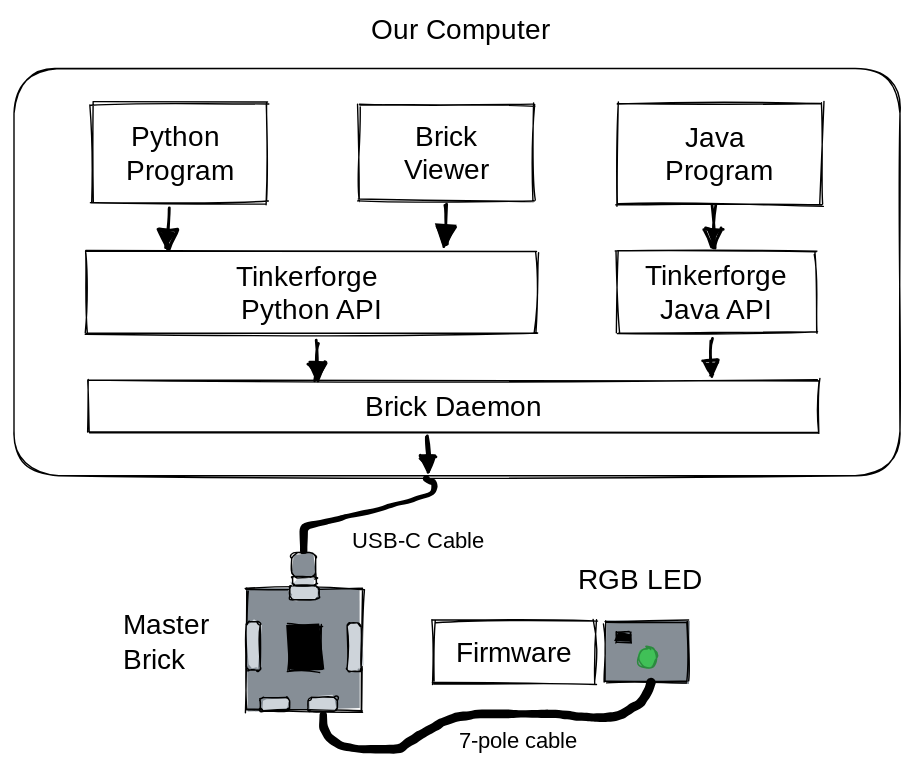
Before: .gitbook/assets/file.excalidraw.svg, a diagram exported from Excalidraw (winf-hsos/winf-docs). Source tidied: one line per element, renumbered; positions are measured from the earlier drawing's top-left corner, leaving out a move shared by most shapes.
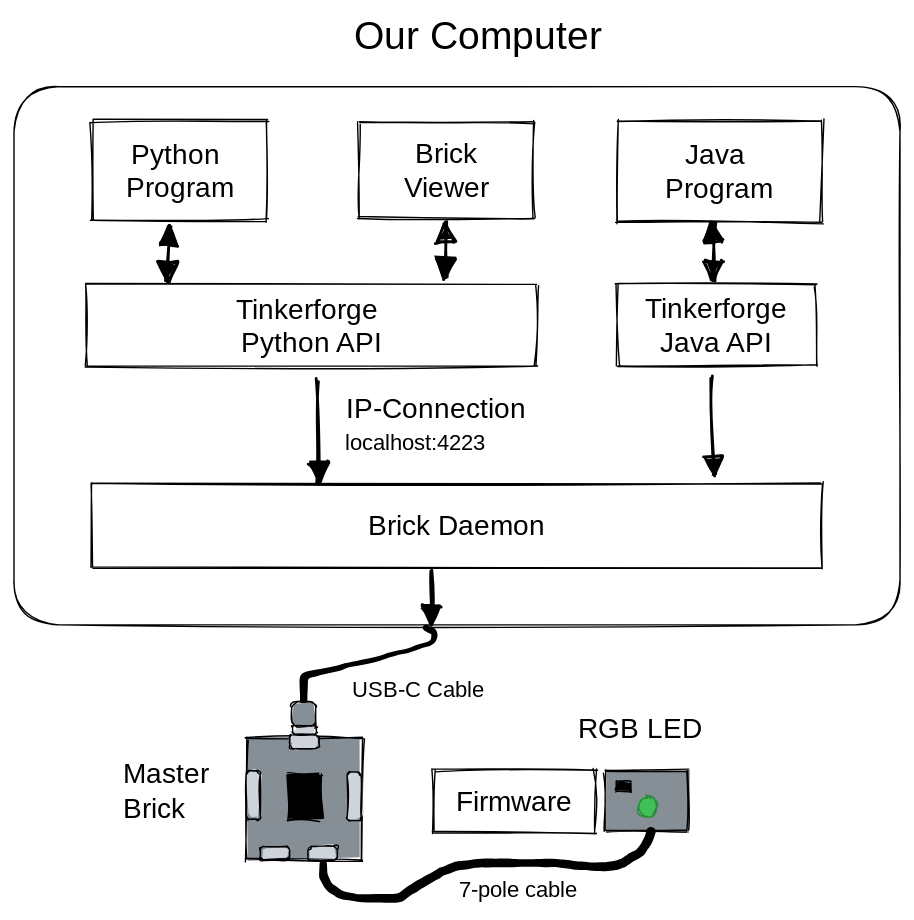
Later version of the same file.

Commit message:
GITBOOK-1591: No subject

The edit, as a diff of the source:
```diff
@@ -1,21 +1,21 @@
 {"id": 0, "type": "freedraw", "strokeColor": "#000000", "backgroundColor": "#868e96", "fillStyle": "solid", "strokeWidth": 1, "roughness": 1, "x": 207, "y": 366, "width": 94, "height": 52, "points": [[0, 17], [0, 16], [0, 14], [0, 12], [0, 11], [0, 10], [0, 8], [0, 7], [0, 5], [0, 4], [0, 2], [0, 0], [0, -1], [6, -2], [12, -3], [12, -4], [19, -4], [19, -5], [31, -7], [31, -8], [31, -9], [50, -11], [56, -13], [62, -15], [62, -16], [69, -17], [69, -18], [75, -18], [81, -20], [81, -21], [87, -23], [94, -24], [94, -26], [94, -27], [94, -29], [94, -30], [94, -31], [94, -32], [94, -33], [87, -33], [87, -34], [87, -35], [87, -35]]}
-{"id": 1, "type": "rectangle", "strokeColor": "#000000", "backgroundColor": "#fff", "fillStyle": "solid", "strokeWidth": 1, "roughness": 1, "round": true, "x": 0, "y": 39, "width": 633, "height": 291}
+{"id": 1, "type": "rectangle", "strokeColor": "#000000", "backgroundColor": "#fff", "fillStyle": "solid", "strokeWidth": 1, "roughness": 1, "round": true, "x": 0, "y": -55, "width": 633, "height": 385}
 {"id": 2, "type": "rectangle", "strokeColor": "#000000", "angle": 4.71, "backgroundColor": "#868e96", "fillStyle": "solid", "strokeWidth": 1, "roughness": 1, "round": true, "x": 198, "y": 385, "width": 18, "height": 17}
-{"id": 3, "type": "rectangle", "strokeColor": "#000000", "strokeWidth": 1, "roughness": 1, "x": 56, "y": 63, "width": 125, "height": 72}
+{"id": 3, "type": "rectangle", "strokeColor": "#000000", "strokeWidth": 1, "roughness": 1, "x": 56, "y": -31, "width": 125, "height": 72}
-{"id": 4, "type": "text", "text": "Python \nProgram", "strokeColor": "#000000", "strokeWidth": 1, "roughness": 1, "fontSize": 20, "fontFamily": 3, "textAlign": "center", "verticalAlign": "middle", "inside": 3, "x": 76, "y": 75, "width": 84, "height": 48}
+{"id": 4, "type": "text", "text": "Python \nProgram", "strokeColor": "#000000", "strokeWidth": 1, "roughness": 1, "fontSize": 20, "fontFamily": 3, "textAlign": "center", "verticalAlign": "middle", "inside": 3, "x": 76, "y": -19, "width": 84, "height": 48}
-{"id": 5, "type": "rectangle", "strokeColor": "#000000", "strokeWidth": 1, "roughness": 1, "x": 246, "y": 65, "width": 125, "height": 69}
+{"id": 5, "type": "rectangle", "strokeColor": "#000000", "strokeWidth": 1, "roughness": 1, "x": 246, "y": -29, "width": 125, "height": 69}
-{"id": 6, "type": "text", "text": "Brick\nViewer", "strokeColor": "#000000", "strokeWidth": 1, "roughness": 1, "fontSize": 20, "fontFamily": 3, "textAlign": "center", "verticalAlign": "middle", "inside": 5, "x": 273, "y": 75, "width": 72, "height": 48}
+{"id": 6, "type": "text", "text": "Brick\nViewer", "strokeColor": "#000000", "strokeWidth": 1, "roughness": 1, "fontSize": 20, "fontFamily": 3, "textAlign": "center", "verticalAlign": "middle", "inside": 5, "x": 273, "y": -19, "width": 72, "height": 48}
-{"id": 7, "type": "arrow", "strokeColor": "#000000", "backgroundColor": "#000", "fillStyle": "solid", "strokeWidth": 2, "roughness": 1, "endArrowhead": "triangle", "from": 3, "to": 8, "x": 111, "y": 138, "width": 1, "height": 29, "points": [[0, 0], [-1, 29]]}
+{"id": 7, "type": "arrow", "strokeColor": "#000000", "backgroundColor": "#000", "fillStyle": "solid", "strokeWidth": 2, "roughness": 1, "startArrowhead": "triangle", "endArrowhead": "triangle", "from": 3, "to": 8, "x": 111, "y": 44, "width": 1, "height": 40, "points": [[0, 0], [-1, 40]]}
-{"id": 8, "type": "rectangle", "strokeColor": "#000000", "strokeWidth": 1, "roughness": 1, "x": 51, "y": 170, "width": 322, "height": 58}
+{"id": 8, "type": "rectangle", "strokeColor": "#000000", "strokeWidth": 1, "roughness": 1, "x": 51, "y": 87, "width": 322, "height": 58}
-{"id": 9, "type": "text", "text": "Tinkerforge \nPython API", "strokeColor": "#000000", "strokeWidth": 1, "roughness": 1, "fontSize": 20, "fontFamily": 3, "textAlign": "center", "verticalAlign": "middle", "inside": 8, "x": 141, "y": 175, "width": 142, "height": 48}
+{"id": 9, "type": "text", "text": "Tinkerforge \nPython API", "strokeColor": "#000000", "strokeWidth": 1, "roughness": 1, "fontSize": 20, "fontFamily": 3, "textAlign": "center", "verticalAlign": "middle", "inside": 8, "x": 141, "y": 92, "width": 142, "height": 48}
 {"id": 10, "type": "rectangle", "strokeColor": "#000000", "backgroundColor": "#868e96", "fillStyle": "solid", "strokeWidth": 1, "roughness": 1, "x": 422, "y": 434, "width": 59, "height": 43}
 {"id": 11, "type": "ellipse", "strokeColor": "#2b8a3e", "backgroundColor": "#40c057", "fillStyle": "solid", "strokeWidth": 1, "roughness": 1, "x": 445, "y": 453, "width": 14, "height": 14}
 {"id": 12, "type": "rectangle", "strokeColor": "#000000", "backgroundColor": "#000", "fillStyle": "solid", "strokeWidth": 1, "roughness": 1, "x": 430, "y": 441, "width": 10, "height": 7}
 {"id": 13, "type": "rectangle", "strokeColor": "#000000", "strokeWidth": 1, "roughness": 1, "x": 299, "y": 433, "width": 116, "height": 45}
 {"id": 14, "type": "text", "text": "Firmware", "strokeColor": "#000000", "strokeWidth": 1, "roughness": 1, "fontSize": 20, "fontFamily": 3, "textAlign": "center", "verticalAlign": "middle", "inside": 13, "x": 309, "y": 444, "width": 96, "height": 24}
-{"id": 15, "type": "rectangle", "strokeColor": "#000000", "strokeWidth": 1, "roughness": 1, "x": 53, "y": 262, "width": 521, "height": 37}
+{"id": 15, "type": "rectangle", "strokeColor": "#000000", "strokeWidth": 1, "roughness": 1, "x": 56, "y": 229, "width": 521, "height": 60}
-{"id": 16, "type": "text", "text": "Brick Daemon", "strokeColor": "#000000", "strokeWidth": 1, "roughness": 1, "fontSize": 20, "fontFamily": 3, "textAlign": "center", "verticalAlign": "middle", "inside": 15, "x": 242, "y": 268, "width": 143, "height": 24}
+{"id": 16, "type": "text", "text": "Brick Daemon", "strokeColor": "#000000", "strokeWidth": 1, "roughness": 1, "fontSize": 20, "fontFamily": 3, "textAlign": "center", "verticalAlign": "middle", "inside": 15, "x": 245, "y": 247, "width": 143, "height": 24}
-{"id": 17, "type": "text", "text": "Our Computer", "strokeColor": "#000000", "strokeWidth": 1, "roughness": 1, "fontSize": 20, "fontFamily": 1, "x": 255, "y": 0, "width": 135, "height": 25}
+{"id": 17, "type": "text", "text": "Our Computer", "strokeColor": "#000000", "strokeWidth": 1, "roughness": 1, "fontSize": 28, "fontFamily": 1, "x": 243, "y": -107, "width": 188, "height": 35}
 {"id": 18, "type": "text", "text": "Master \nBrick", "strokeColor": "#000000", "strokeWidth": 1, "roughness": 1, "fontSize": 20, "fontFamily": 1, "x": 78, "y": 425, "width": 81, "height": 50}
 {"id": 19, "type": "rectangle", "strokeColor": "#000000", "angle": 4.71, "backgroundColor": "#868e96", "fillStyle": "solid", "strokeWidth": 1, "roughness": 1, "x": 164, "y": 412, "width": 87, "height": 83}
 {"id": 20, "type": "rectangle", "strokeColor": "#000000", "angle": 4.71, "backgroundColor": "#000", "fillStyle": "solid", "strokeWidth": 1, "roughness": 1, "x": 192, "y": 441, "width": 31, "height": 23}
@@ -29,12 +29,14 @@
 {"id": 28, "type": "text", "text": "RGB LED", "strokeColor": "#000000", "strokeWidth": 1, "roughness": 1, "fontSize": 20, "fontFamily": 1, "x": 403, "y": 393, "width": 97, "height": 25}
 {"id": 29, "type": "freedraw", "strokeColor": "#000000", "backgroundColor": "#fff", "fillStyle": "cross-hatch", "strokeWidth": 1, "roughness": 1, "x": 221, "y": 500, "width": 235, "height": 48, "points": [[0, 0], [0, 6], [3, 14], [11, 22], [27, 25], [37, 25], [49, 25], [56, 24], [63, 19], [71, 13], [80, 8], [89, 3], [100, 1], [114, -1], [127, -1], [145, -1], [156, -1], [170, 0], [182, 1], [195, 2], [203, 2], [212, 1], [219, -4], [228, -10], [233, -18], [234, -23]]}
 {"id": 30, "type": "text", "text": "7-pole cable", "strokeColor": "#000000", "strokeWidth": 1, "roughness": 1, "fontSize": 16, "fontFamily": 1, "x": 318, "y": 510, "width": 95, "height": 20}
-{"id": 31, "type": "arrow", "strokeColor": "#000000", "backgroundColor": "#000", "fillStyle": "solid", "strokeWidth": 2, "roughness": 1, "endArrowhead": "triangle", "from": 5, "to": 8, "x": 309, "y": 135, "width": 1, "height": 29, "points": [[0, 0], [-1, 29]]}
+{"id": 31, "type": "arrow", "strokeColor": "#000000", "backgroundColor": "#000", "fillStyle": "solid", "strokeWidth": 2, "roughness": 1, "startArrowhead": "triangle", "endArrowhead": "triangle", "from": 5, "to": 8, "x": 309, "y": 41, "width": 1, "height": 40, "points": [[0, 0], [-1, 40]]}
-{"id": 32, "type": "arrow", "strokeColor": "#000000", "backgroundColor": "#000", "fillStyle": "solid", "strokeWidth": 2, "roughness": 1, "endArrowhead": "triangle", "from": 8, "to": 15, "x": 217, "y": 234, "width": 0, "height": 26, "points": [[0, 0], [0, 26]]}
+{"id": 32, "type": "arrow", "strokeColor": "#000000", "backgroundColor": "#000", "fillStyle": "solid", "strokeWidth": 2, "roughness": 1, "endArrowhead": "triangle", "from": 8, "to": 15, "x": 217, "y": 155, "width": 2, "height": 72, "points": [[0, 0], [2, 72]]}
-{"id": 33, "type": "arrow", "strokeColor": "#000000", "backgroundColor": "#000", "fillStyle": "solid", "strokeWidth": 2, "roughness": 1, "endArrowhead": "triangle", "from": 15, "x": 295, "y": 302, "width": 2, "height": 25, "points": [[0, 0], [2, 25]]}
+{"id": 33, "type": "arrow", "strokeColor": "#000000", "backgroundColor": "#000", "fillStyle": "solid", "strokeWidth": 2, "roughness": 1, "endArrowhead": "triangle", "from": 15, "to": 1, "x": 298, "y": 292, "width": 1, "height": 38, "points": [[0, 0], [1, 38]]}
-{"id": 34, "type": "rectangle", "strokeColor": "#000000", "strokeWidth": 1, "roughness": 1, "x": 431, "y": 64, "width": 146, "height": 72}
+{"id": 34, "type": "rectangle", "strokeColor": "#000000", "strokeWidth": 1, "roughness": 1, "x": 431, "y": -30, "width": 146, "height": 72}
-{"id": 35, "type": "text", "text": "Java \nProgram", "strokeColor": "#000000", "strokeWidth": 1, "roughness": 1, "fontSize": 20, "fontFamily": 3, "textAlign": "center", "verticalAlign": "middle", "inside": 34, "x": 462, "y": 76, "width": 84, "height": 48}
+{"id": 35, "type": "text", "text": "Java \nProgram", "strokeColor": "#000000", "strokeWidth": 1, "roughness": 1, "fontSize": 20, "fontFamily": 3, "textAlign": "center", "verticalAlign": "middle", "inside": 34, "x": 462, "y": -18, "width": 84, "height": 48}
-{"id": 36, "type": "rectangle", "strokeColor": "#000000", "strokeWidth": 1, "roughness": 1, "x": 431, "y": 170, "width": 142, "height": 58}
+{"id": 36, "type": "rectangle", "strokeColor": "#000000", "strokeWidth": 1, "roughness": 1, "x": 431, "y": 87, "width": 142, "height": 58}
-{"id": 37, "type": "text", "text": "Tinkerforge\nJava API", "strokeColor": "#000000", "strokeWidth": 1, "roughness": 1, "fontSize": 20, "fontFamily": 3, "textAlign": "center", "verticalAlign": "middle", "inside": 36, "x": 437, "y": 175, "width": 130, "height": 48}
+{"id": 37, "type": "text", "text": "Tinkerforge\nJava API", "strokeColor": "#000000", "strokeWidth": 1, "roughness": 1, "fontSize": 20, "fontFamily": 3, "textAlign": "center", "verticalAlign": "middle", "inside": 36, "x": 437, "y": 92, "width": 130, "height": 48}
-{"id": 38, "type": "arrow", "strokeColor": "#000000", "backgroundColor": "#000", "fillStyle": "solid", "strokeWidth": 2, "roughness": 1, "endArrowhead": "triangle", "from": 36, "to": 15, "x": 497, "y": 233, "width": 0, "height": 24, "points": [[0, 0], [0, 24]]}
+{"id": 38, "type": "arrow", "strokeColor": "#000000", "backgroundColor": "#000", "fillStyle": "solid", "strokeWidth": 2, "roughness": 1, "endArrowhead": "triangle", "from": 36, "to": 15, "x": 497, "y": 153, "width": 2, "height": 69, "points": [[0, 0], [2, 69]]}
-{"id": 39, "type": "arrow", "strokeColor": "#000000", "backgroundColor": "#000", "fillStyle": "solid", "strokeWidth": 2, "roughness": 1, "endArrowhead": "triangle", "from": 34, "to": 36, "x": 501, "y": 137, "width": 1, "height": 29, "points": [[0, 0], [-1, 29]]}
+{"id": 39, "type": "arrow", "strokeColor": "#000000", "backgroundColor": "#000", "fillStyle": "solid", "strokeWidth": 2, "roughness": 1, "startArrowhead": "triangle", "endArrowhead": "triangle", "from": 34, "to": 36, "x": 501, "y": 43, "width": 1, "height": 40, "points": [[0, 0], [-1, 40]]}
+{"id": 40, "type": "text", "text": "IP-Connection", "strokeColor": "#000000", "strokeWidth": 1, "roughness": 1, "fontSize": 20, "fontFamily": 3, "x": 237, "y": 163, "width": 154, "height": 24}
+{"id": 41, "type": "text", "text": "localhost:4223", "strokeColor": "#000000", "strokeWidth": 1, "roughness": 1, "fontSize": 16, "fontFamily": 3, "x": 237, "y": 190, "width": 133, "height": 19}
```
